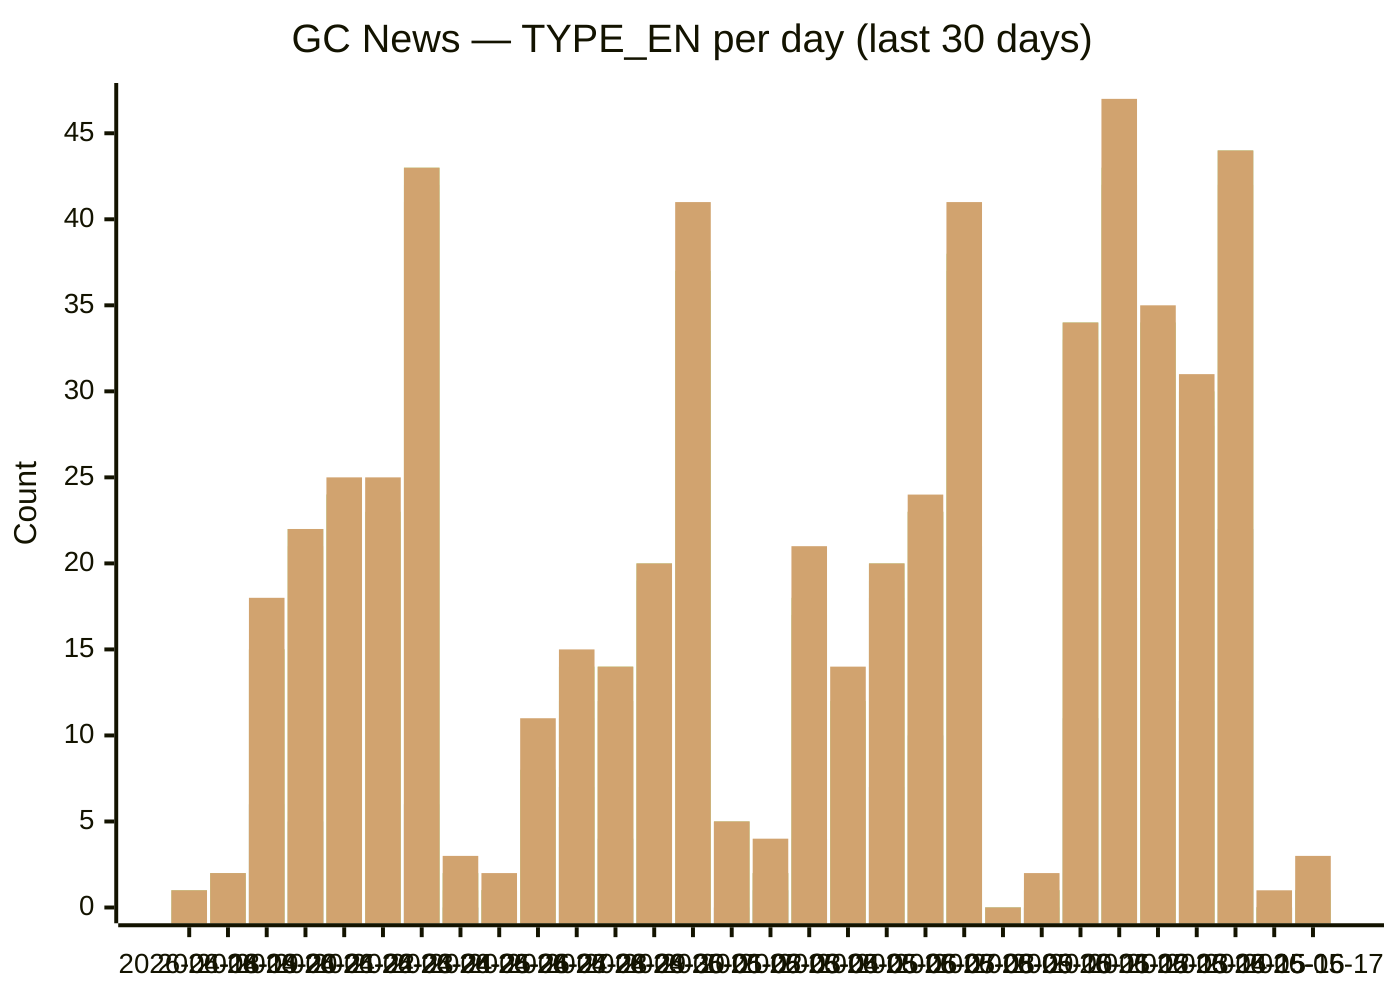
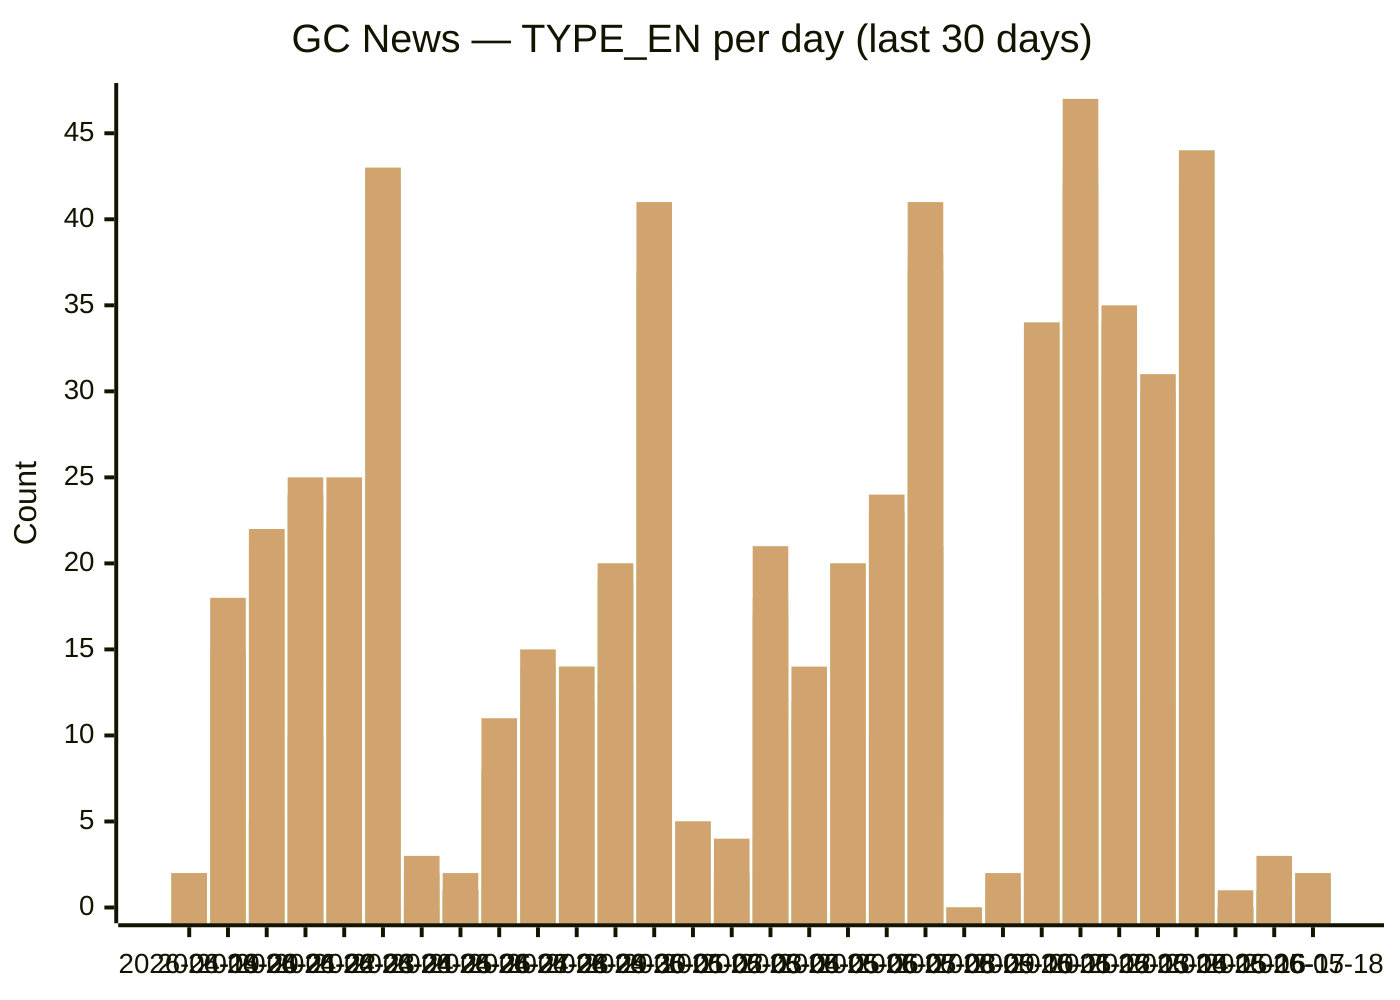
xychart-beta
  title "GC News — TYPE_EN per day (last 30 days)"
-   x-axis [2026-04-18, 2026-04-19, 2026-04-20, 2026-04-21, 2026-04-22, 2026-04-23, 2026-04-24, 2026-04-25, 2026-04-26, 2026-04-27, 2026-04-28, 2026-04-29, 2026-04-30, 2026-05-01, 2026-05-02, 2026-05-03, 2026-05-04, 2026-05-05, 2026-05-06, 2026-05-07, 2026-05-08, 2026-05-09, 2026-05-10, 2026-05-11, 2026-05-12, 2026-05-13, 2026-05-14, 2026-05-15, 2026-05-16, 2026-05-17]
+   x-axis [2026-04-19, 2026-04-20, 2026-04-21, 2026-04-22, 2026-04-23, 2026-04-24, 2026-04-25, 2026-04-26, 2026-04-27, 2026-04-28, 2026-04-29, 2026-04-30, 2026-05-01, 2026-05-02, 2026-05-03, 2026-05-04, 2026-05-05, 2026-05-06, 2026-05-07, 2026-05-08, 2026-05-09, 2026-05-10, 2026-05-11, 2026-05-12, 2026-05-13, 2026-05-14, 2026-05-15, 2026-05-16, 2026-05-17, 2026-05-18]
  y-axis "Count" 0 --> 47
-   bar backgrounders [0, 0, 3, 1, 2, 1, 5, 0, 0, 1, 1, 0, 1, 1, 0, 0, 2, 1, 2, 0, 5, 0, 0, 2, 6, 2, 4, 5, 0, 0]
-   bar "media advisories" [0, 2, 6, 5, 10, 13, 6, 0, 1, 1, 7, 4, 13, 16, 0, 1, 4, 6, 7, 10, 21, 0, 0, 11, 18, 12, 12, 22, 0, 0]
-   bar "news releases" [1, 2, 15, 21, 24, 22, 41, 1, 1, 8, 11, 12, 19, 36, 5, 2, 17, 10, 18, 23, 37, 0, 1, 33, 42, 31, 28, 42, 0, 1]
-   bar readouts [1, 2, 15, 22, 24, 22, 42, 2, 1, 8, 12, 12, 19, 36, 5, 2, 17, 11, 19, 23, 37, 0, 1, 34, 42, 34, 29, 44, 0, 1]
-   bar speeches [1, 2, 15, 22, 24, 23, 43, 2, 1, 8, 14, 14, 20, 37, 5, 2, 18, 12, 20, 23, 38, 0, 1, 34, 43, 34, 30, 44, 0, 1]
-   bar statements [1, 2, 18, 22, 25, 25, 43, 3, 2, 11, 15, 14, 20, 41, 5, 4, 21, 14, 20, 24, 41, 0, 2, 34, 47, 35, 31, 44, 1, 3]
+   bar backgrounders [0, 3, 1, 2, 1, 5, 0, 0, 1, 1, 0, 1, 1, 0, 0, 2, 1, 2, 0, 5, 0, 0, 2, 6, 2, 4, 5, 0, 0, 0]
+   bar "media advisories" [2, 6, 5, 10, 13, 6, 0, 1, 1, 7, 4, 13, 16, 0, 1, 4, 6, 7, 10, 21, 0, 0, 11, 18, 12, 12, 22, 0, 0, 2]
+   bar "news releases" [2, 15, 21, 24, 22, 41, 1, 1, 8, 11, 12, 19, 36, 5, 2, 17, 10, 18, 23, 37, 0, 1, 33, 42, 31, 28, 42, 0, 1, 2]
+   bar readouts [2, 15, 22, 24, 22, 42, 2, 1, 8, 12, 12, 19, 36, 5, 2, 17, 11, 19, 23, 37, 0, 1, 34, 42, 34, 29, 44, 0, 1, 2]
+   bar speeches [2, 15, 22, 24, 23, 43, 2, 1, 8, 14, 14, 20, 37, 5, 2, 18, 12, 20, 23, 38, 0, 1, 34, 43, 34, 30, 44, 0, 1, 2]
+   bar statements [2, 18, 22, 25, 25, 43, 3, 2, 11, 15, 14, 20, 41, 5, 4, 21, 14, 20, 24, 41, 0, 2, 34, 47, 35, 31, 44, 1, 3, 2]
